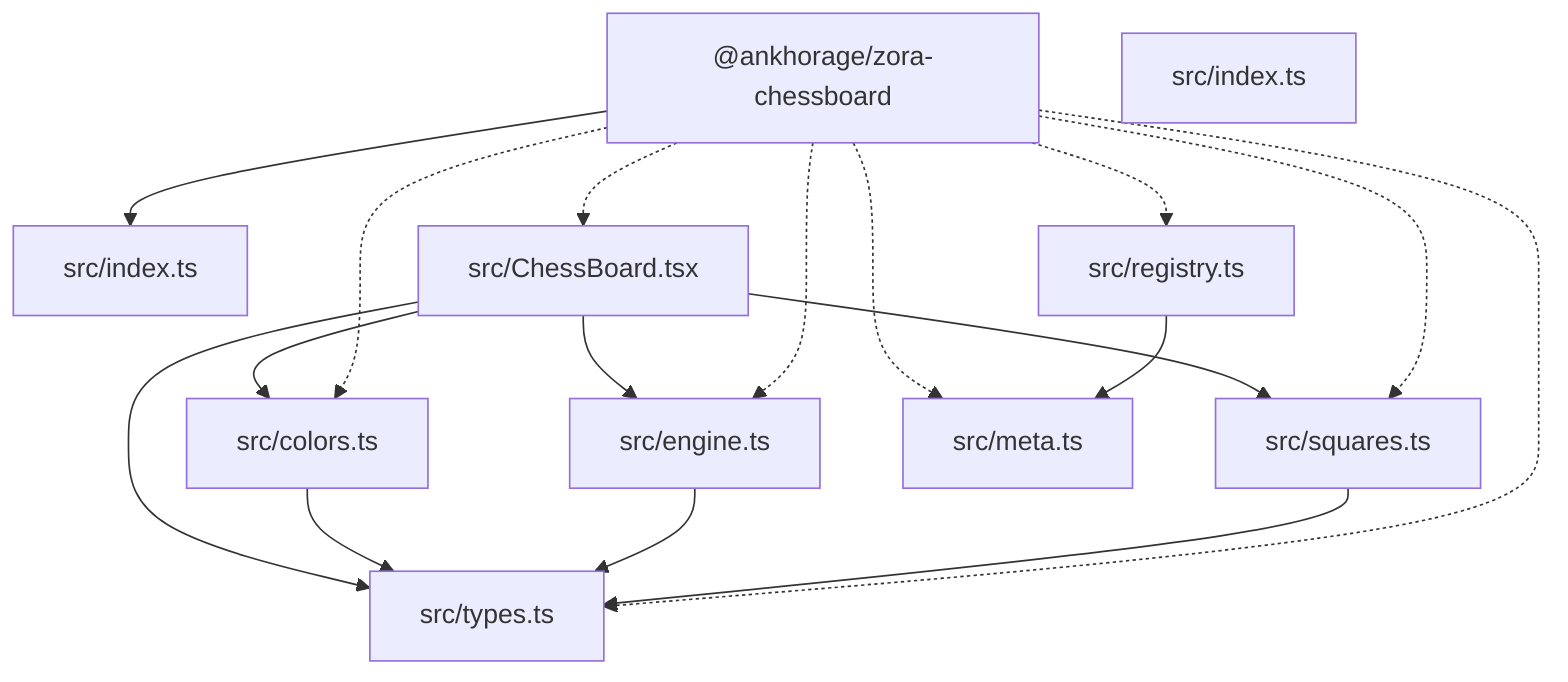
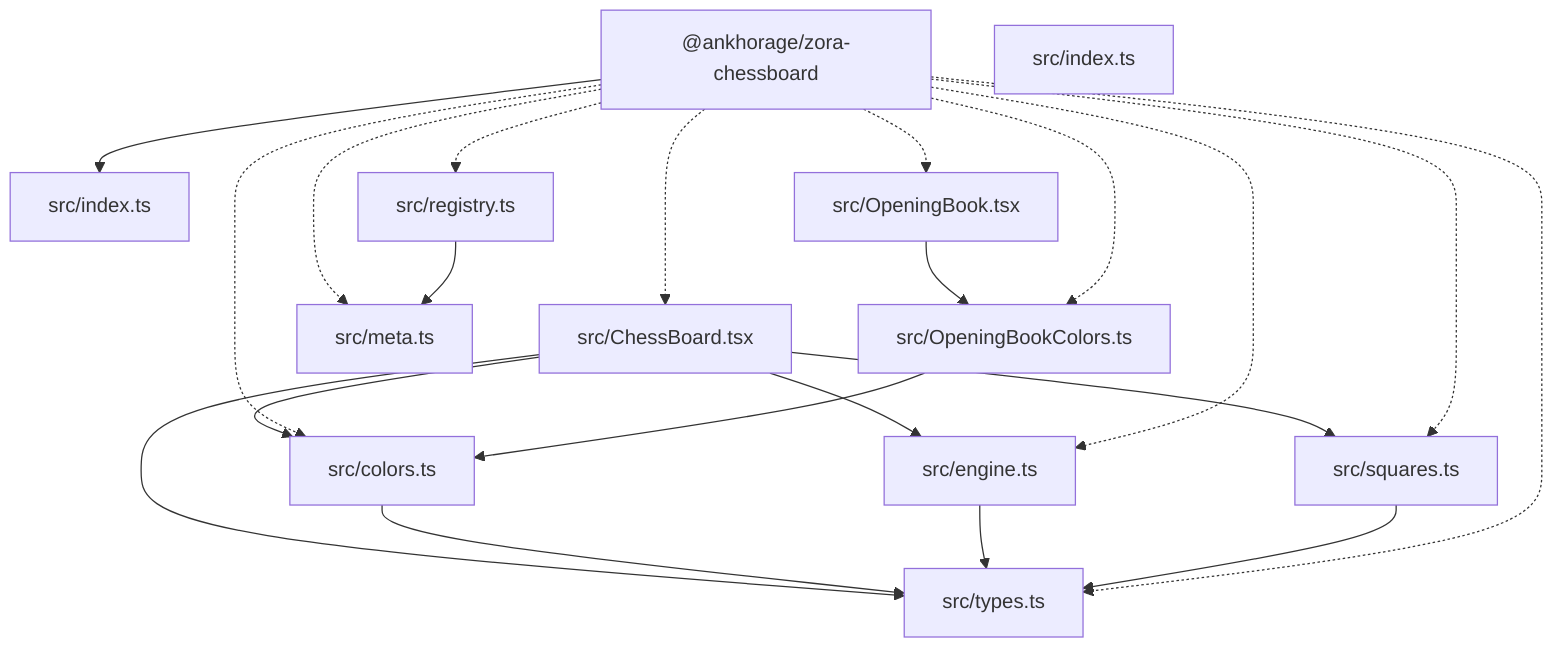
graph TD
  package__ankhorage_zora_chess["@ankhorage/zora-chessboard"]
  entrypoint_src_index_ts["src/index.ts"]
  package__ankhorage_zora_chess --> entrypoint_src_index_ts
  module_src_ChessBoard_tsx["src/ChessBoard.tsx"]
  package__ankhorage_zora_chess -.-> module_src_ChessBoard_tsx
  module_src_ChessBoard_tsx --> module_src_colors_ts
  module_src_ChessBoard_tsx --> module_src_engine_ts
  module_src_ChessBoard_tsx --> module_src_squares_ts
  module_src_ChessBoard_tsx --> module_src_types_ts
  module_src_colors_ts["src/colors.ts"]
  package__ankhorage_zora_chess -.-> module_src_colors_ts
  module_src_colors_ts --> module_src_types_ts
  module_src_engine_ts["src/engine.ts"]
  package__ankhorage_zora_chess -.-> module_src_engine_ts
  module_src_engine_ts --> module_src_types_ts
  module_src_index_ts["src/index.ts"]
  module_src_meta_ts["src/meta.ts"]
  package__ankhorage_zora_chess -.-> module_src_meta_ts
+   module_src_OpeningBook_tsx["src/OpeningBook.tsx"]
+   package__ankhorage_zora_chess -.-> module_src_OpeningBook_tsx
+   module_src_OpeningBook_tsx --> module_src_OpeningBookColors_ts
+   module_src_OpeningBookColors_ts["src/OpeningBookColors.ts"]
+   package__ankhorage_zora_chess -.-> module_src_OpeningBookColors_ts
+   module_src_OpeningBookColors_ts --> module_src_colors_ts
  module_src_registry_ts["src/registry.ts"]
  package__ankhorage_zora_chess -.-> module_src_registry_ts
  module_src_registry_ts --> module_src_meta_ts
  module_src_squares_ts["src/squares.ts"]
  package__ankhorage_zora_chess -.-> module_src_squares_ts
  module_src_squares_ts --> module_src_types_ts
  module_src_types_ts["src/types.ts"]
  package__ankhorage_zora_chess -.-> module_src_types_ts
